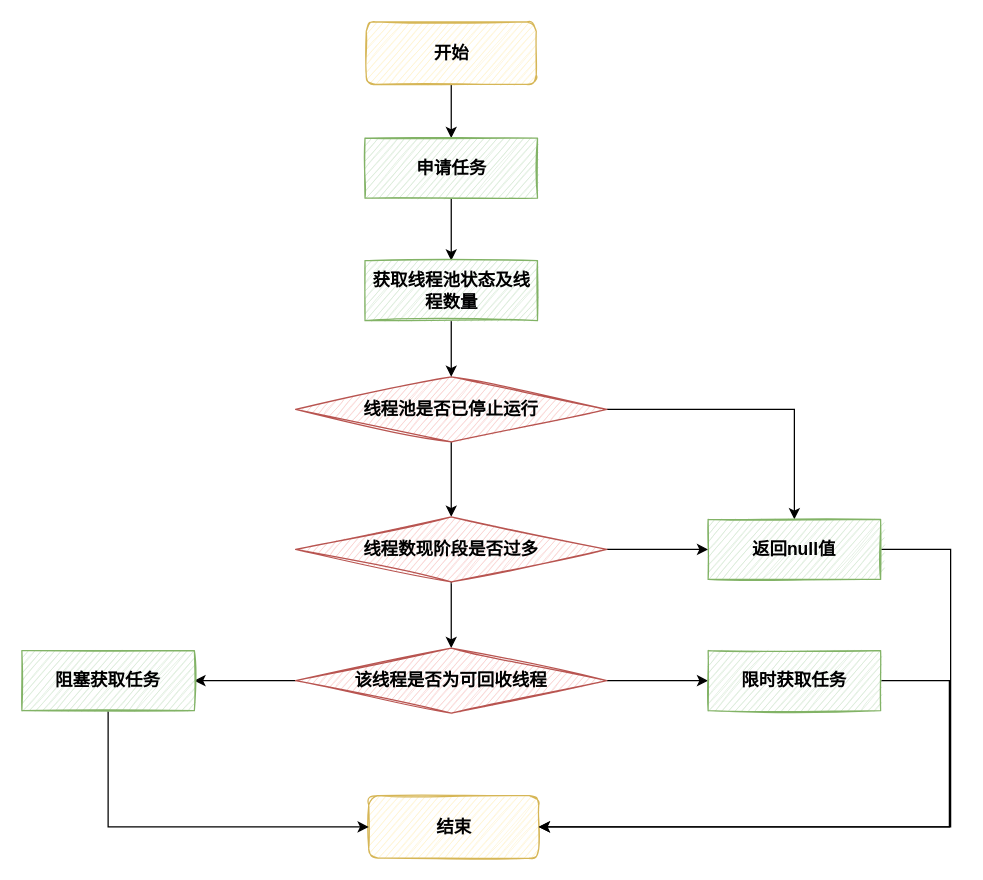
Above: 线程池任务申请流程.drawio in LIULE8/drawio-store (draw.io), before the change. Source tidied: cells renumbered, new cells numbered last; positions are measured from the earlier drawing's top-left corner, leaving out a move shared by most shapes. Both pictures are drawn from the tidied source at 125%, with x=0, y=0 at pixel (21, 21).
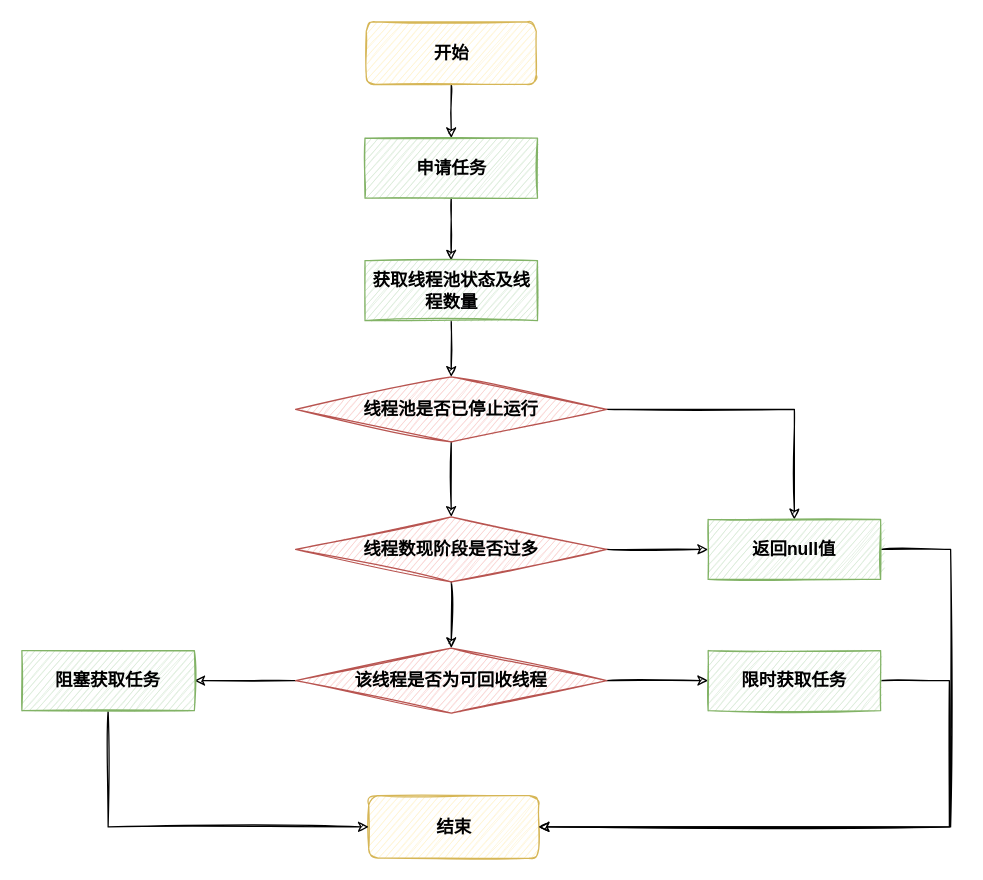
Above is the later version.

Commit message (it also covers changes not shown here):
更新线程池任务申请流程.drawio

The change refers to these unchanged cells:
```xml
<mxCell id="3" value="&lt;font style=&quot;font-size: 14px&quot;&gt;&lt;b&gt;开始&lt;/b&gt;&lt;/font&gt;" style="rounded=1;whiteSpace=wrap;html=1;fillColor=#fff2cc;strokeColor=#d6b656;sketch=1;" parent="1" vertex="1">
  <mxGeometry x="275.5" width="136" height="50" as="geometry" />
</mxCell>
<mxCell id="5" value="&lt;b&gt;申请任务&lt;/b&gt;" style="rounded=0;whiteSpace=wrap;html=1;fontSize=14;fillColor=#d5e8d4;strokeColor=#82b366;sketch=1;" parent="1" vertex="1">
  <mxGeometry x="274.5" y="93" width="138" height="48" as="geometry" />
</mxCell>
<mxCell id="6" value="&lt;font style=&quot;font-size: 14px&quot;&gt;&lt;b&gt;结束&lt;/b&gt;&lt;/font&gt;" style="rounded=1;whiteSpace=wrap;html=1;fillColor=#fff2cc;strokeColor=#d6b656;sketch=1;" parent="1" vertex="1">
  <mxGeometry x="277.5" y="619" width="136" height="50" as="geometry" />
</mxCell>
<mxCell id="9" value="&lt;b&gt;线程池是否已停止运行&lt;/b&gt;" style="rhombus;whiteSpace=wrap;html=1;sketch=1;fontSize=14;fillColor=#f8cecc;strokeColor=#b85450;" parent="1" vertex="1">
  <mxGeometry x="219" y="284" width="249" height="52" as="geometry" />
</mxCell>
<mxCell id="12" value="&lt;b&gt;线程数现阶段是否过多&lt;/b&gt;" style="rhombus;whiteSpace=wrap;html=1;sketch=1;fontSize=14;fillColor=#f8cecc;strokeColor=#b85450;" parent="1" vertex="1">
  <mxGeometry x="219" y="396" width="249" height="52" as="geometry" />
</mxCell>
<mxCell id="15" value="&lt;b&gt;该线程是否为可回收线程&lt;/b&gt;" style="rhombus;whiteSpace=wrap;html=1;sketch=1;fontSize=14;fillColor=#f8cecc;strokeColor=#b85450;" parent="1" vertex="1">
  <mxGeometry x="219" y="501" width="249" height="52" as="geometry" />
</mxCell>
<mxCell id="17" value="&lt;b&gt;阻塞获取任务&lt;/b&gt;" style="rounded=0;whiteSpace=wrap;html=1;fontSize=14;fillColor=#d5e8d4;strokeColor=#82b366;sketch=1;" parent="1" vertex="1">
  <mxGeometry y="503" width="138" height="48" as="geometry" />
</mxCell>
<mxCell id="19" value="&lt;b&gt;返回null值&lt;/b&gt;" style="rounded=0;whiteSpace=wrap;html=1;fontSize=14;fillColor=#d5e8d4;strokeColor=#82b366;sketch=1;" parent="1" vertex="1">
  <mxGeometry x="549" y="398" width="138" height="48" as="geometry" />
</mxCell>
<mxCell id="21" value="&lt;b&gt;限时获取任务&lt;/b&gt;" style="rounded=0;whiteSpace=wrap;html=1;fontSize=14;fillColor=#d5e8d4;strokeColor=#82b366;sketch=1;" parent="1" vertex="1">
  <mxGeometry x="549" y="503" width="138" height="48" as="geometry" />
</mxCell>
<mxCell id="23" value="&lt;b&gt;获取线程池状态及线程数量&lt;/b&gt;" style="rounded=0;whiteSpace=wrap;html=1;fontSize=14;fillColor=#d5e8d4;strokeColor=#82b366;sketch=1;" parent="1" vertex="1">
  <mxGeometry x="274.5" y="191" width="138" height="48" as="geometry" />
</mxCell>
```

Diff of the diagram source:
```diff
@@
-    <mxCell id="2" style="edgeStyle=orthogonalEdgeStyle;rounded=0;jettySize=auto;html=1;" parent="1" edge="1" source="3" target="5">
+    <mxCell id="2" style="edgeStyle=orthogonalEdgeStyle;rounded=0;jettySize=auto;html=1;sketch=1;" parent="1" edge="1" source="3" target="5">
       <mxGeometry relative="1" as="geometry" />
     </mxCell>
@@
-    <mxCell id="4" style="edgeStyle=orthogonalEdgeStyle;rounded=0;jettySize=auto;html=1;" parent="1" edge="1" source="5" target="23">
+    <mxCell id="4" style="edgeStyle=orthogonalEdgeStyle;rounded=0;jettySize=auto;html=1;sketch=1;" parent="1" edge="1" source="5" target="23">
       <mxGeometry relative="1" as="geometry" />
     </mxCell>
@@
-    <mxCell id="7" style="edgeStyle=orthogonalEdgeStyle;rounded=0;jettySize=auto;html=1;" parent="1" edge="1" source="9" target="12">
+    <mxCell id="7" style="edgeStyle=orthogonalEdgeStyle;rounded=0;jettySize=auto;html=1;sketch=1;" parent="1" edge="1" source="9" target="12">
       <mxGeometry relative="1" as="geometry" />
     </mxCell>
-    <mxCell id="8" style="edgeStyle=orthogonalEdgeStyle;rounded=0;jettySize=auto;html=1;" parent="1" edge="1" source="9" target="19">
+    <mxCell id="8" style="edgeStyle=orthogonalEdgeStyle;rounded=0;jettySize=auto;html=1;sketch=1;" parent="1" edge="1" source="9" target="19">
       <mxGeometry relative="1" as="geometry" />
     </mxCell>
@@
-    <mxCell id="10" style="edgeStyle=orthogonalEdgeStyle;rounded=0;jettySize=auto;html=1;" parent="1" edge="1" source="12" target="15">
+    <mxCell id="10" style="edgeStyle=orthogonalEdgeStyle;rounded=0;jettySize=auto;html=1;sketch=1;" parent="1" edge="1" source="12" target="15">
       <mxGeometry relative="1" as="geometry" />
     </mxCell>
-    <mxCell id="11" style="edgeStyle=orthogonalEdgeStyle;rounded=0;jettySize=auto;html=1;" parent="1" edge="1" source="12" target="19">
+    <mxCell id="11" style="edgeStyle=orthogonalEdgeStyle;rounded=0;jettySize=auto;html=1;sketch=1;" parent="1" edge="1" source="12" target="19">
       <mxGeometry relative="1" as="geometry" />
     </mxCell>
@@
-    <mxCell id="13" style="edgeStyle=orthogonalEdgeStyle;rounded=0;jettySize=auto;html=1;" parent="1" edge="1" source="15" target="17">
+    <mxCell id="13" style="edgeStyle=orthogonalEdgeStyle;rounded=0;jettySize=auto;html=1;sketch=1;" parent="1" edge="1" source="15" target="17">
       <mxGeometry relative="1" as="geometry" />
     </mxCell>
-    <mxCell id="14" style="edgeStyle=orthogonalEdgeStyle;rounded=0;jettySize=auto;html=1;" parent="1" edge="1" source="15" target="21">
+    <mxCell id="14" style="edgeStyle=orthogonalEdgeStyle;rounded=0;jettySize=auto;html=1;sketch=1;" parent="1" edge="1" source="15" target="21">
       <mxGeometry relative="1" as="geometry" />
     </mxCell>
@@
-    <mxCell id="16" style="edgeStyle=orthogonalEdgeStyle;rounded=0;jettySize=auto;html=1;entryX=0;entryY=0.5;entryDx=0;entryDy=0;" parent="1" edge="1" source="17" target="6">
+    <mxCell id="16" style="edgeStyle=orthogonalEdgeStyle;rounded=0;jettySize=auto;html=1;entryX=0;entryY=0.5;entryDx=0;entryDy=0;sketch=1;" parent="1" edge="1" source="17" target="6">
       <mxGeometry relative="1" as="geometry">
         <Array as="points">
           <mxPoint x="69" y="644" />
         </Array>
       </mxGeometry>
     </mxCell>
@@
-    <mxCell id="18" style="edgeStyle=orthogonalEdgeStyle;rounded=0;jettySize=auto;html=1;entryX=1;entryY=0.5;entryDx=0;entryDy=0;" parent="1" edge="1" source="19" target="6">
+    <mxCell id="18" style="edgeStyle=orthogonalEdgeStyle;rounded=0;jettySize=auto;html=1;entryX=1;entryY=0.5;entryDx=0;entryDy=0;sketch=1;" parent="1" edge="1" source="19" target="6">
       <mxGeometry relative="1" as="geometry">
         <Array as="points">
           <mxPoint x="743" y="422" />
           <mxPoint x="743" y="644" />
         </Array>
       </mxGeometry>
     </mxCell>
@@
-    <mxCell id="20" style="edgeStyle=orthogonalEdgeStyle;rounded=0;jettySize=auto;html=1;entryX=1;entryY=0.5;entryDx=0;entryDy=0;" parent="1" edge="1" source="21" target="6">
+    <mxCell id="20" style="edgeStyle=orthogonalEdgeStyle;rounded=0;jettySize=auto;html=1;entryX=1;entryY=0.5;entryDx=0;entryDy=0;sketch=1;" parent="1" edge="1" source="21" target="6">
       <mxGeometry relative="1" as="geometry">
         <Array as="points">
           <mxPoint x="742" y="527" />
           <mxPoint x="742" y="644" />
         </Array>
       </mxGeometry>
     </mxCell>
@@
-    <mxCell id="22" style="edgeStyle=orthogonalEdgeStyle;rounded=0;jettySize=auto;html=1;" parent="1" edge="1" source="23" target="9">
+    <mxCell id="22" style="edgeStyle=orthogonalEdgeStyle;rounded=0;jettySize=auto;html=1;sketch=1;" parent="1" edge="1" source="23" target="9">
       <mxGeometry relative="1" as="geometry" />
     </mxCell>
```
